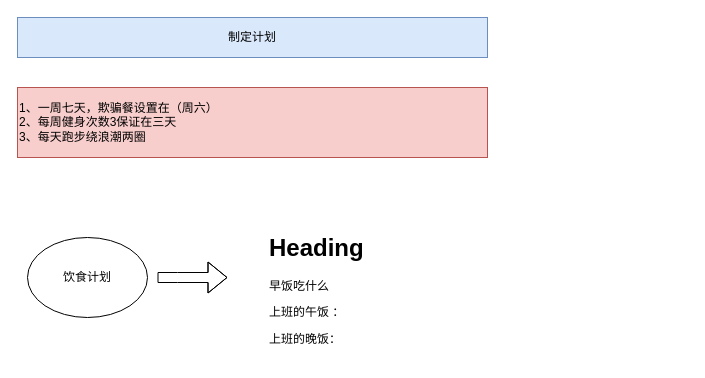
Before: 关于健身这件事.drawio in w1041660542/draw.io, a draw.io diagram. Source tidied: cells renumbered, new cells numbered last; positions are measured from the earlier drawing's top-left corner, leaving out a move shared by most shapes. Both pictures are drawn from the tidied source at 100%, with x=0, y=0 at pixel (17, 17).
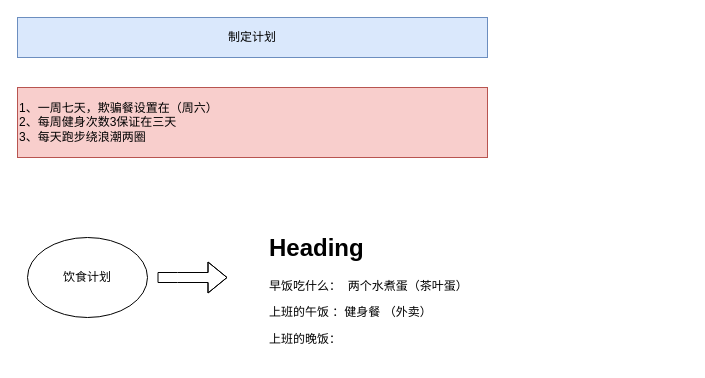
The same page after the edit.

Commit message (it also covers changes not shown here):
更新关于健身这件事.drawio

Diff of the diagram source:
```diff
@@
 <mxGraphModel>
   <root>
     <mxCell id="0" />
     <mxCell id="1" parent="0" />
     <mxCell id="2" value="制定计划" style="rounded=0;whiteSpace=wrap;html=1;fillColor=#dae8fc;strokeColor=#6c8ebf;" parent="1" vertex="1">
       <mxGeometry width="470" height="40" as="geometry" />
     </mxCell>
     <mxCell id="3" value="1、一周七天，欺骗餐设置在（周六）&lt;div&gt;2、每周健身次数3保证在三天&lt;/div&gt;&lt;div&gt;3、每天跑步绕浪潮两圈&lt;/div&gt;" style="rounded=0;whiteSpace=wrap;html=1;align=left;fillColor=#f8cecc;strokeColor=#b85450;" parent="1" vertex="1">
       <mxGeometry y="70" width="470" height="70" as="geometry" />
     </mxCell>
     <mxCell id="4" value="饮食计划" style="ellipse;whiteSpace=wrap;html=1;" parent="1" vertex="1">
       <mxGeometry x="10" y="220" width="120" height="80" as="geometry" />
     </mxCell>
     <mxCell id="5" style="shape=flexArrow;endArrow=classic;html=1;rounded=0;" parent="1" edge="1">
       <mxGeometry relative="1" as="geometry">
         <mxPoint x="140" y="260" as="sourcePoint" />
         <mxPoint x="210" y="260" as="targetPoint" />
         <Array as="points">
           <mxPoint x="160" y="260" />
         </Array>
       </mxGeometry>
     </mxCell>
-    <mxCell id="6" value="&lt;h1 style=&quot;margin-top: 0px;&quot;&gt;Heading&lt;/h1&gt;&lt;p&gt;早饭吃什么&lt;/p&gt;&lt;p&gt;上班的午饭 ：&lt;/p&gt;&lt;p&gt;上班的晚饭：&lt;/p&gt;" style="text;html=1;whiteSpace=wrap;overflow=hidden;rounded=0;" parent="1" vertex="1">
+    <mxCell id="6" value="&lt;h1 style=&quot;margin-top: 0px;&quot;&gt;Heading&lt;/h1&gt;&lt;p&gt;早饭吃什么：&amp;nbsp; 两个水煮蛋（茶叶蛋）&lt;/p&gt;&lt;p&gt;上班的午饭 ：健身餐 （外卖）&lt;/p&gt;&lt;p&gt;上班的晚饭：&lt;/p&gt;" style="text;html=1;whiteSpace=wrap;overflow=hidden;rounded=0;" parent="1" vertex="1">
       <mxGeometry x="250" y="210" width="420" height="130" as="geometry" />
     </mxCell>
   </root>
 </mxGraphModel>
```
